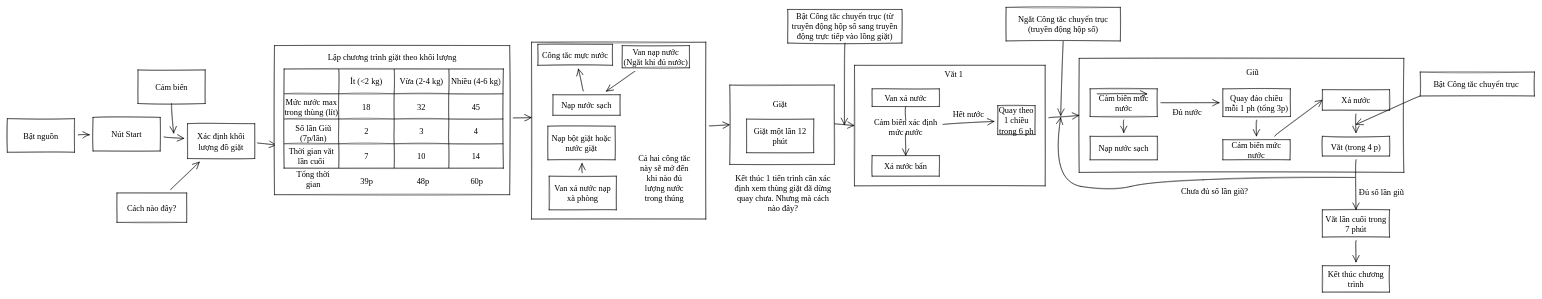
The draw.io diagram Untitled Diagram.drawio in Huyss2z/dealine-robot-2, before the edit. Source tidied: cells renumbered, new cells numbered last; positions are measured from the earlier drawing's top-left corner, leaving out a move shared by most shapes. Both pictures are drawn from the tidied source at 42%, with x=0, y=0 at pixel (7, 7).
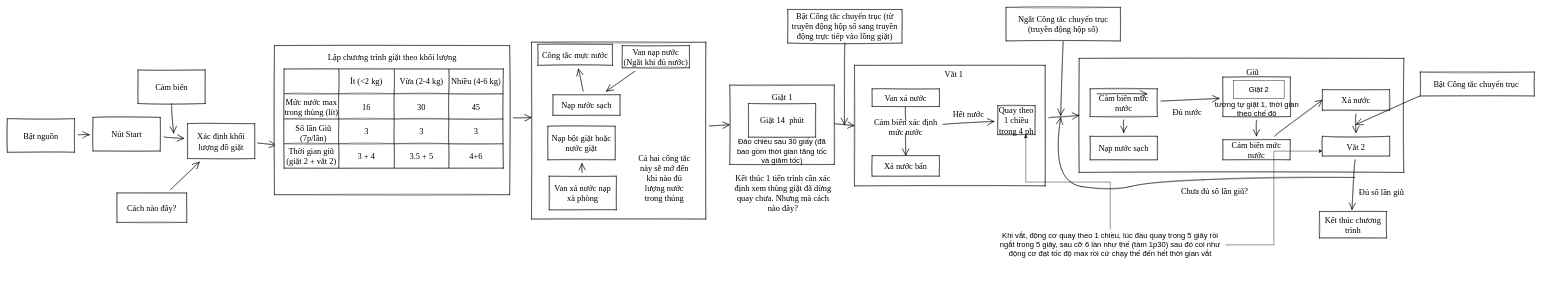
Above is the later version.

The change refers to these unchanged cells:
```xml
<mxCell id="40" style="shape=partialRectangle;fillColor=none;top=0;left=0;bottom=0;right=0;sketch=1;hachureGap=4;fontFamily=Times New Roman;fontSize=20;" parent="34" vertex="1">
  <mxGeometry y="59" width="522" height="60" as="geometry" />
</mxCell>
<mxCell id="45" style="shape=partialRectangle;fillColor=none;top=0;left=0;bottom=0;right=0;sketch=1;hachureGap=4;fontFamily=Times New Roman;fontSize=20;" parent="34" vertex="1">
  <mxGeometry y="119" width="522" height="59" as="geometry" />
</mxCell>
<mxCell id="50" style="shape=partialRectangle;fillColor=none;top=0;left=0;bottom=0;right=0;sketch=1;hachureGap=4;fontFamily=Times New Roman;fontSize=20;" parent="34" vertex="1">
  <mxGeometry y="178" width="522" height="58" as="geometry" />
</mxCell>
```

Change to the diagram source:
```diff
@@
-    <mxCell id="7" value="Giặt" style="text;strokeColor=none;fillColor=none;html=1;align=center;verticalAlign=middle;whiteSpace=wrap;rounded=0;sketch=1;hachureGap=4;fontFamily=Times New Roman;fontSize=20;" parent="1" vertex="1">
-      <mxGeometry x="1810" y="215" width="60" height="30" as="geometry" />
+    <mxCell id="7" value="Giặt 1" style="text;strokeColor=none;fillColor=none;html=1;align=center;verticalAlign=middle;whiteSpace=wrap;rounded=0;sketch=1;hachureGap=4;fontFamily=Times New Roman;fontSize=20;" parent="1" vertex="1">
+      <mxGeometry x="1814.5" y="199" width="60" height="30" as="geometry" />
     </mxCell>
-    <mxCell id="8" value="Giặt một lần 12 phút" style="rounded=0;whiteSpace=wrap;html=1;sketch=1;hachureGap=4;fontFamily=Times New Roman;fontSize=20;" parent="1" vertex="1">
-      <mxGeometry x="1760" y="266" width="160" height="80" as="geometry" />
+    <mxCell id="8" value="Giặt 14&amp;nbsp; phút" style="rounded=0;whiteSpace=wrap;html=1;sketch=1;hachureGap=4;fontFamily=Times New Roman;fontSize=20;" parent="1" vertex="1">
+      <mxGeometry x="1764.5" y="229" width="160" height="80" as="geometry" />
     </mxCell>
@@
-    <mxCell id="30" value="Quay theo 1 chiều trong 6 ph" style="rounded=0;whiteSpace=wrap;html=1;sketch=1;hachureGap=4;fontFamily=Times New Roman;fontSize=20;" parent="1" vertex="1">
+    <mxCell id="30" value="Quay theo 1 chiều trong 4 ph" style="rounded=0;whiteSpace=wrap;html=1;sketch=1;hachureGap=4;fontFamily=Times New Roman;fontSize=20;" parent="1" vertex="1">
       <mxGeometry x="2358" y="234" width="89" height="69" as="geometry" />
     </mxCell>
@@
-    <mxCell id="42" value="18" style="shape=partialRectangle;html=1;whiteSpace=wrap;overflow=hidden;fillColor=none;top=0;left=0;bottom=0;right=0;sketch=1;hachureGap=4;fontFamily=Times New Roman;fontSize=20;" parent="40" vertex="1">
+    <mxCell id="42" value="16" style="shape=partialRectangle;html=1;whiteSpace=wrap;overflow=hidden;fillColor=none;top=0;left=0;bottom=0;right=0;sketch=1;hachureGap=4;fontFamily=Times New Roman;fontSize=20;" parent="40" vertex="1">
       <mxGeometry x="130" width="132" height="60" as="geometry" />
     </mxCell>
-    <mxCell id="43" value="32" style="shape=partialRectangle;html=1;whiteSpace=wrap;overflow=hidden;fillColor=none;top=0;left=0;bottom=0;right=0;sketch=1;hachureGap=4;fontFamily=Times New Roman;fontSize=20;" parent="40" vertex="1">
+    <mxCell id="43" value="30" style="shape=partialRectangle;html=1;whiteSpace=wrap;overflow=hidden;fillColor=none;top=0;left=0;bottom=0;right=0;sketch=1;hachureGap=4;fontFamily=Times New Roman;fontSize=20;" parent="40" vertex="1">
       <mxGeometry x="262" width="130" height="60" as="geometry" />
     </mxCell>
@@
-    <mxCell id="47" value="2" style="shape=partialRectangle;html=1;whiteSpace=wrap;overflow=hidden;fillColor=none;top=0;left=0;bottom=0;right=0;sketch=1;hachureGap=4;fontFamily=Times New Roman;fontSize=20;" parent="45" vertex="1">
+    <mxCell id="47" value="3" style="shape=partialRectangle;html=1;whiteSpace=wrap;overflow=hidden;fillColor=none;top=0;left=0;bottom=0;right=0;sketch=1;hachureGap=4;fontFamily=Times New Roman;fontSize=20;" parent="45" vertex="1">
       <mxGeometry x="130" width="132" height="59" as="geometry" />
     </mxCell>
@@
-    <mxCell id="49" value="4" style="shape=partialRectangle;html=1;whiteSpace=wrap;overflow=hidden;fillColor=none;top=0;left=0;bottom=0;right=0;sketch=1;hachureGap=4;fontFamily=Times New Roman;fontSize=20;" parent="45" vertex="1">
+    <mxCell id="49" value="3" style="shape=partialRectangle;html=1;whiteSpace=wrap;overflow=hidden;fillColor=none;top=0;left=0;bottom=0;right=0;sketch=1;hachureGap=4;fontFamily=Times New Roman;fontSize=20;" parent="45" vertex="1">
       <mxGeometry x="392" width="130" height="59" as="geometry" />
     </mxCell>
@@
-    <mxCell id="51" value="Thời gian vắt lần cuối" style="shape=partialRectangle;html=1;whiteSpace=wrap;overflow=hidden;fillColor=none;top=0;left=0;bottom=0;right=0;sketch=1;hachureGap=4;fontFamily=Times New Roman;fontSize=20;" parent="50" vertex="1">
+    <mxCell id="51" value="Thời gian giũ (giặt 2 + vắt 2)" style="shape=partialRectangle;html=1;whiteSpace=wrap;overflow=hidden;fillColor=none;top=0;left=0;bottom=0;right=0;sketch=1;hachureGap=4;fontFamily=Times New Roman;fontSize=20;" parent="50" vertex="1">
       <mxGeometry width="130" height="58" as="geometry" />
     </mxCell>
-    <mxCell id="52" value="7" style="shape=partialRectangle;html=1;whiteSpace=wrap;overflow=hidden;fillColor=none;top=0;left=0;bottom=0;right=0;sketch=1;hachureGap=4;fontFamily=Times New Roman;fontSize=20;" parent="50" vertex="1">
+    <mxCell id="52" value="3 + 4" style="shape=partialRectangle;html=1;whiteSpace=wrap;overflow=hidden;fillColor=none;top=0;left=0;bottom=0;right=0;sketch=1;hachureGap=4;fontFamily=Times New Roman;fontSize=20;" parent="50" vertex="1">
       <mxGeometry x="130" width="132" height="58" as="geometry" />
     </mxCell>
-    <mxCell id="53" value="10" style="shape=partialRectangle;html=1;whiteSpace=wrap;overflow=hidden;fillColor=none;top=0;left=0;bottom=0;right=0;sketch=1;hachureGap=4;fontFamily=Times New Roman;fontSize=20;" parent="50" vertex="1">
+    <mxCell id="53" value="3.5 + 5" style="shape=partialRectangle;html=1;whiteSpace=wrap;overflow=hidden;fillColor=none;top=0;left=0;bottom=0;right=0;sketch=1;hachureGap=4;fontFamily=Times New Roman;fontSize=20;" parent="50" vertex="1">
       <mxGeometry x="262" width="130" height="58" as="geometry" />
     </mxCell>
-    <mxCell id="54" value="14" style="shape=partialRectangle;html=1;whiteSpace=wrap;overflow=hidden;fillColor=none;top=0;left=0;bottom=0;right=0;sketch=1;hachureGap=4;fontFamily=Times New Roman;fontSize=20;" parent="50" vertex="1">
+    <mxCell id="54" value="4+6" style="shape=partialRectangle;html=1;whiteSpace=wrap;overflow=hidden;fillColor=none;top=0;left=0;bottom=0;right=0;sketch=1;hachureGap=4;fontFamily=Times New Roman;fontSize=20;" parent="50" vertex="1">
       <mxGeometry x="392" width="130" height="58" as="geometry" />
     </mxCell>
-    <mxCell id="55" value="39p" style="text;strokeColor=none;fillColor=none;html=1;align=center;verticalAlign=middle;whiteSpace=wrap;rounded=0;sketch=1;hachureGap=4;fontFamily=Times New Roman;fontSize=20;" parent="1" vertex="1">
-      <mxGeometry x="826" y="397" width="60" height="30" as="geometry" />
-    </mxCell>
-    <mxCell id="56" value="Tổng thời gian" style="text;strokeColor=none;fillColor=none;html=1;align=center;verticalAlign=middle;whiteSpace=wrap;rounded=0;sketch=1;hachureGap=4;fontFamily=Times New Roman;fontSize=20;" parent="1" vertex="1">
-      <mxGeometry x="675" y="394" width="107" height="30" as="geometry" />
-    </mxCell>
-    <mxCell id="57" value="48p" style="text;strokeColor=none;fillColor=none;html=1;align=center;verticalAlign=middle;whiteSpace=wrap;rounded=0;sketch=1;hachureGap=4;fontFamily=Times New Roman;fontSize=20;" parent="1" vertex="1">
-      <mxGeometry x="960" y="397" width="60" height="30" as="geometry" />
-    </mxCell>
-    <mxCell id="58" value="60p" style="text;strokeColor=none;fillColor=none;html=1;align=center;verticalAlign=middle;whiteSpace=wrap;rounded=0;sketch=1;hachureGap=4;fontFamily=Times New Roman;fontSize=20;" parent="1" vertex="1">
-      <mxGeometry x="1088" y="397" width="60" height="30" as="geometry" />
-    </mxCell>
@@
-    <mxCell id="71" value="Quay đảo chiều mỗi 1 ph (tổng 3p)" style="rounded=0;whiteSpace=wrap;html=1;sketch=1;hachureGap=4;fontFamily=Times New Roman;fontSize=20;" parent="1" vertex="1">
-      <mxGeometry x="2894" y="194" width="161" height="66" as="geometry" />
+    <mxCell id="71" style="rounded=0;whiteSpace=wrap;html=1;sketch=1;hachureGap=4;fontFamily=Times New Roman;fontSize=20;" parent="1" vertex="1">
+      <mxGeometry x="2894" y="166" width="161" height="94" as="geometry" />
     </mxCell>
@@
-    <mxCell id="77" style="edgeStyle=none;curved=1;rounded=0;sketch=1;hachureGap=4;jettySize=auto;html=1;fontFamily=Times New Roman;fontSize=16;endArrow=open;startSize=14;endSize=14;sourcePerimeterSpacing=8;targetPerimeterSpacing=8;" parent="1" edge="1" source="78" target="94">
-      <mxGeometry relative="1" as="geometry" />
-    </mxCell>
-    <mxCell id="78" value="Vắt lần cuối trong 7 phút" style="rounded=0;whiteSpace=wrap;html=1;sketch=1;hachureGap=4;fontFamily=Times New Roman;fontSize=20;" parent="1" vertex="1">
-      <mxGeometry x="3131" y="482" width="160" height="65" as="geometry" />
-    </mxCell>
@@
-    <mxCell id="83" style="edgeStyle=none;curved=1;rounded=0;sketch=1;hachureGap=4;jettySize=auto;html=1;entryX=0.5;entryY=0;entryDx=0;entryDy=0;fontFamily=Times New Roman;fontSize=16;endArrow=open;startSize=14;endSize=14;sourcePerimeterSpacing=8;targetPerimeterSpacing=8;" parent="1" edge="1" source="84" target="78">
-      <mxGeometry relative="1" as="geometry" />
+    <mxCell id="83" style="edgeStyle=none;curved=1;rounded=0;sketch=1;hachureGap=4;jettySize=auto;html=1;entryX=0.5;entryY=0;entryDx=0;entryDy=0;fontFamily=Times New Roman;fontSize=16;endArrow=open;startSize=14;endSize=14;sourcePerimeterSpacing=8;targetPerimeterSpacing=8;" parent="1" edge="1" source="84">
+      <mxGeometry relative="1" as="geometry">
+        <mxPoint x="3201.5" y="482" as="targetPoint" />
+      </mxGeometry>
     </mxCell>
-    <mxCell id="84" value="Vắt (trong 4 p)" style="rounded=0;whiteSpace=wrap;html=1;sketch=1;hachureGap=4;fontFamily=Times New Roman;fontSize=20;" parent="1" vertex="1">
+    <mxCell id="84" value="Vắt 2" style="rounded=0;whiteSpace=wrap;html=1;sketch=1;hachureGap=4;fontFamily=Times New Roman;fontSize=20;" parent="1" vertex="1">
       <mxGeometry x="3131" y="307" width="160" height="47" as="geometry" />
     </mxCell>
@@
     <mxCell id="94" value="Kết thúc chương trình" style="rounded=0;whiteSpace=wrap;html=1;sketch=1;hachureGap=4;fontFamily=Times New Roman;fontSize=20;" parent="1" vertex="1">
-      <mxGeometry x="3131" y="615" width="160" height="63" as="geometry" />
+      <mxGeometry x="3124" y="486" width="160" height="63" as="geometry" />
     </mxCell>
     <mxCell id="95" value="Kết thúc 1 tiến trình cần xác định xem thùng giặt đã dừng quay chưa. Nhưng mà cách nào đây?" style="text;strokeColor=none;fillColor=none;html=1;align=center;verticalAlign=middle;whiteSpace=wrap;rounded=0;sketch=1;hachureGap=4;fontFamily=Times New Roman;fontSize=20;" parent="1" vertex="1">
-      <mxGeometry x="1730" y="427" width="234" height="30" as="geometry" />
+      <mxGeometry x="1730" y="397" width="234" height="89" as="geometry" />
     </mxCell>
+    <mxCell id="96" value="Đảo chiều sau 30 giấy (đã bao gồm thời gian tăng tốc và giảm tốc)" style="text;html=1;strokeColor=none;fillColor=none;align=center;verticalAlign=middle;whiteSpace=wrap;rounded=0;fontSize=18;" parent="1" vertex="1">
+      <mxGeometry x="1736" y="317" width="217" height="52" as="geometry" />
+    </mxCell>
+    <mxCell id="97" value="Giặt 2" style="rounded=0;whiteSpace=wrap;html=1;fontSize=18;" parent="1" vertex="1">
+      <mxGeometry x="2920" y="174" width="120" height="43" as="geometry" />
+    </mxCell>
+    <mxCell id="98" value="tương tự giặt 1, thời gian theo chế độ" style="text;html=1;strokeColor=none;fillColor=none;align=center;verticalAlign=middle;whiteSpace=wrap;rounded=0;fontSize=18;" parent="1" vertex="1">
+      <mxGeometry x="2864.5" y="219" width="220" height="46" as="geometry" />
+    </mxCell>
+    <mxCell id="99" style="edgeStyle=orthogonalEdgeStyle;rounded=0;jettySize=auto;html=1;entryX=0.75;entryY=1;entryDx=0;entryDy=0;fontSize=18;" parent="1" edge="1" source="101" target="30">
+      <mxGeometry relative="1" as="geometry" />
+    </mxCell>
+    <mxCell id="100" style="edgeStyle=orthogonalEdgeStyle;rounded=0;jettySize=auto;html=1;entryX=0;entryY=0.75;entryDx=0;entryDy=0;fontSize=18;" parent="1" edge="1" source="101" target="84">
+      <mxGeometry relative="1" as="geometry" />
+    </mxCell>
+    <mxCell id="101" value="Khi vắt, động cơ quay theo 1 chiều, lúc đầu quay trong 5 giây rồi ngắt trong 5 giây, sau cỡ 6 lần như thế (tầm 1p30) sau đó coi như động cơ đạt tốc độ max rồi cứ chạy thế đến hết thời gian vắt" style="text;html=1;strokeColor=none;fillColor=none;align=center;verticalAlign=middle;whiteSpace=wrap;rounded=0;fontSize=18;" parent="1" vertex="1">
+      <mxGeometry x="2352" y="529" width="548" height="73" as="geometry" />
+    </mxCell>
```
